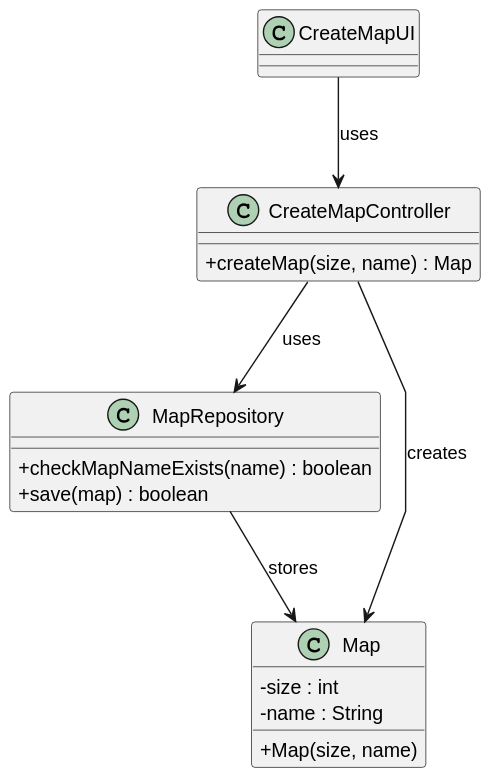
Earlier version of the PlantUML export Sprint2/US001/03.design/svg/US001-CD.svg (1240935/pi2-railway-simulator). The source it was exported from:
```plantuml
@startuml
skinparam packageStyle rectangle
skinparam shadowing false
skinparam linetype polyline

skinparam classAttributeIconSize 0



class CreateMapUI {

}

class CreateMapController {
  + createMap(size, name) : Map
}

class MapRepository {
  + checkMapNameExists(name) : boolean
  + save(map) : boolean
}

class Map {
  - size : int
  - name : String

  + Map(size, name)

}

CreateMapUI --> CreateMapController : uses
CreateMapController --> MapRepository : uses
CreateMapController --> Map : creates
MapRepository --> Map : stores
@enduml
```
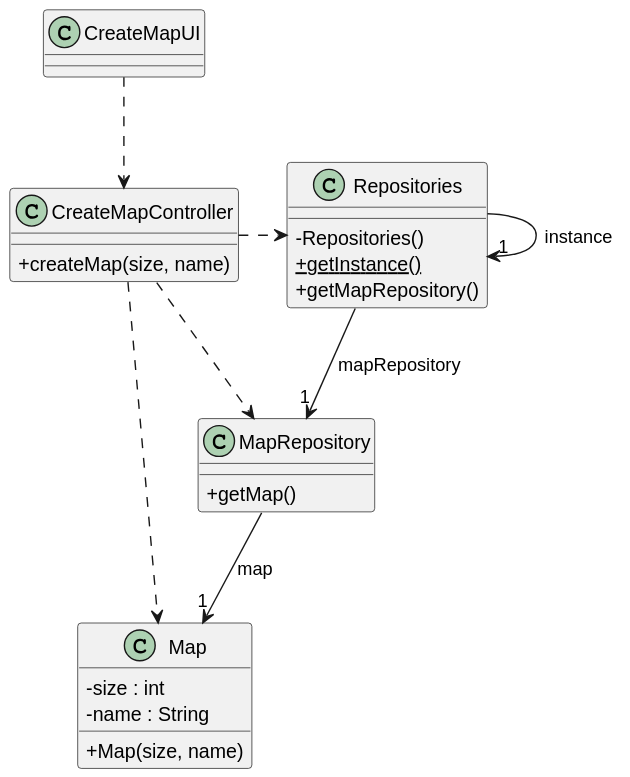
After the commit.

What changed in the source:
```diff
@@ -12,24 +12,31 @@
 }
 
 class CreateMapController {
-  + createMap(size, name) : Map
+  +createMap(size, name)
 }
 
 class MapRepository {
-  + checkMapNameExists(name) : boolean
-  + save(map) : boolean
+   +getMap()
+}
+
+class Repositories {
+    - Repositories()
+    + {static} getInstance()
+    + getMapRepository()
 }
 
 class Map {
   - size : int
   - name : String
-
   + Map(size, name)
 
 }
 
-CreateMapUI --> CreateMapController : uses
-CreateMapController --> MapRepository : uses
-CreateMapController --> Map : creates
-MapRepository --> Map : stores
+CreateMapUI ..> CreateMapController
+CreateMapController .> Repositories
+CreateMapController ..> MapRepository
+CreateMapController ..> Map
+MapRepository --> "1" Map : map
+Repositories --> "1" MapRepository : mapRepository
+Repositories -> "1" Repositories : instance
 @enduml
```
